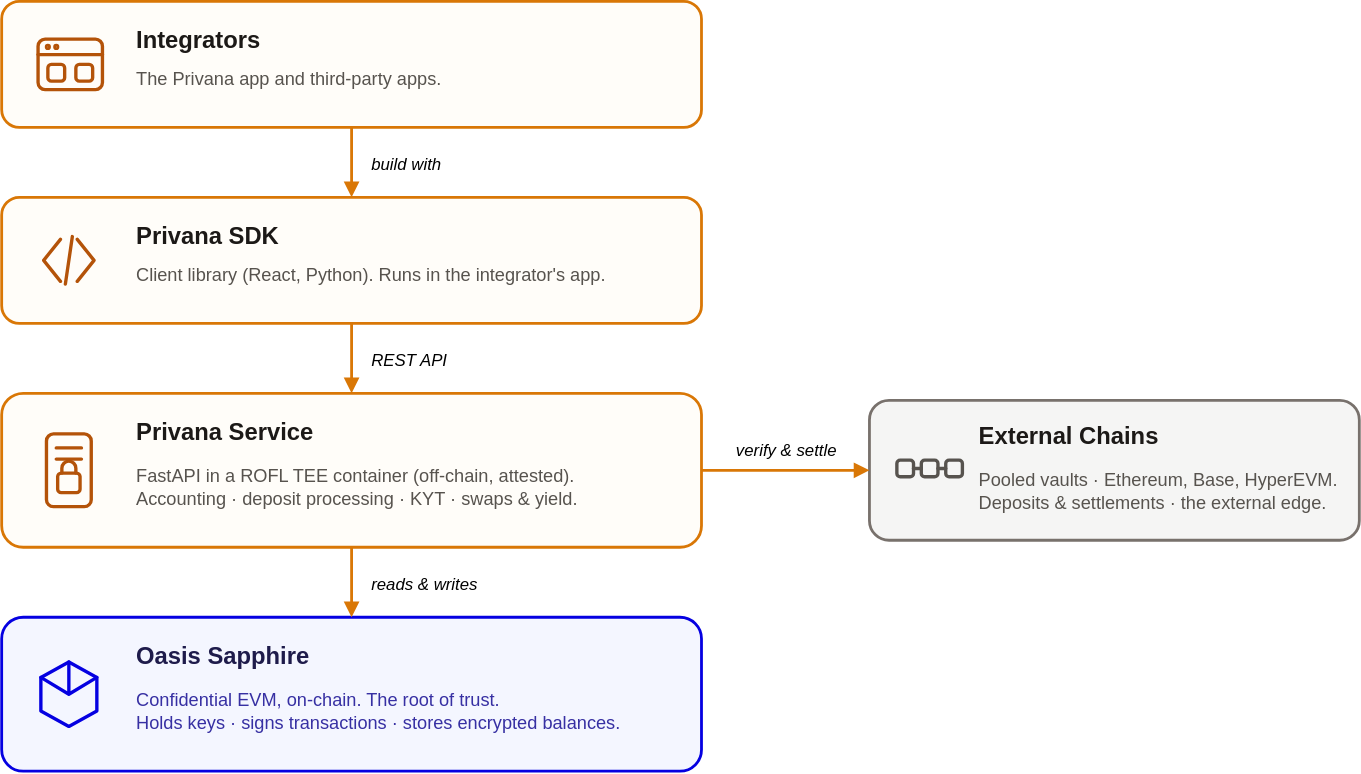
The draw.io diagram docs/static/img/architecture-deep-dive.svg in oasisprotocol/privana, before a commit. Source tidied: cells renumbered, new cells last; positions are measured from the earlier drawing's top-left corner, leaving out a move shared by most shapes.
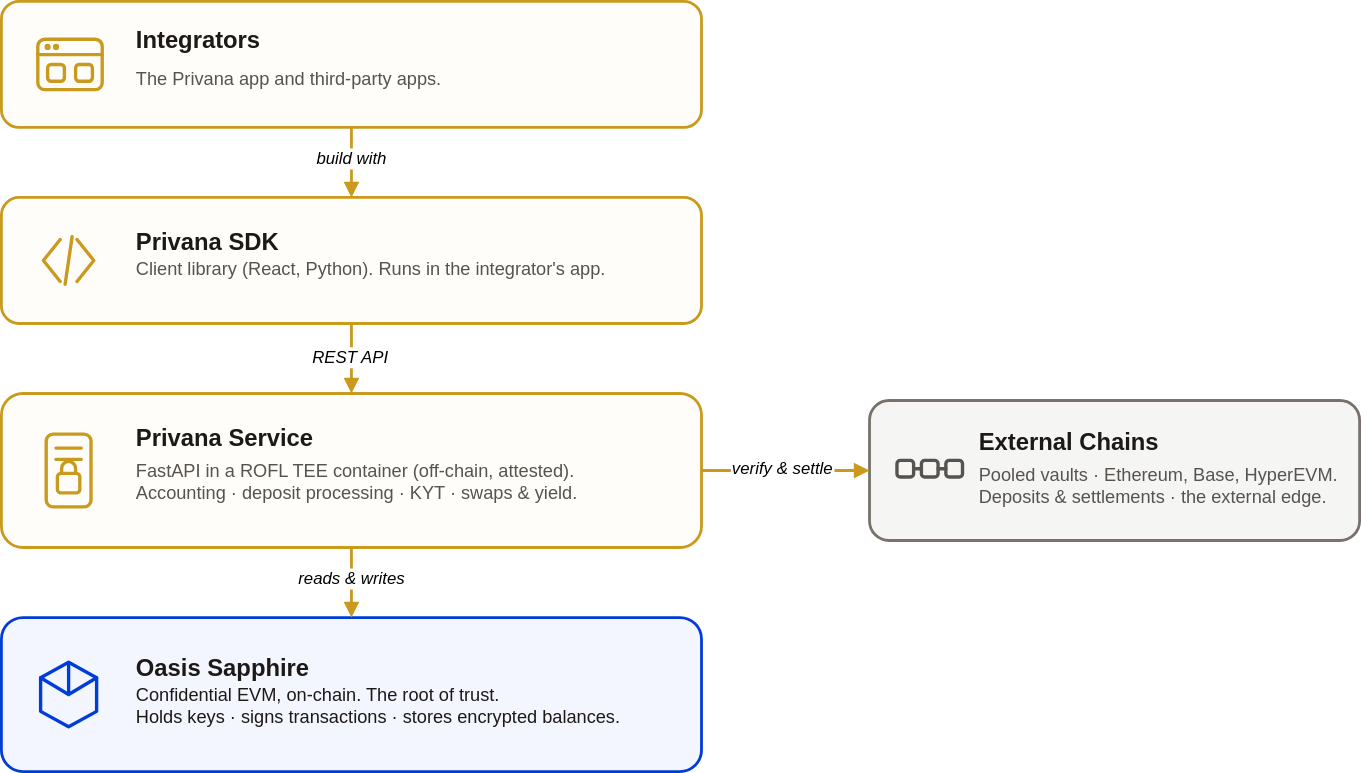
Later version of the same file.

Commit message:
update diagram colors

The edit, as a diff of the source:
```diff
@@ -2,53 +2,53 @@
   <root>
     <mxCell id="0" />
     <mxCell id="1" parent="0" />
-    <mxCell id="2" style="rounded=1;whiteSpace=wrap;html=0;fillColor=#FFFDF9;strokeColor=#D97706;strokeWidth=2;arcSize=14;" parent="1" vertex="1">
-      <mxGeometry width="500" height="90" as="geometry" />
-    </mxCell>
-    <mxCell id="3" style="shape=(stored shape, 472 characters);fillColor=none;strokeColor=#b45309;strokeWidth=2.4;" parent="1" vertex="1">
-      <mxGeometry x="24" y="25" width="50" height="40" as="geometry" />
-    </mxCell>
+    <mxCell id="30" style="rounded=1;whiteSpace=wrap;html=0;fillColor=#FFFDF9;strokeColor=light-dark(#C99A1E,#FCD34D);strokeWidth=2;arcSize=14;" parent="1" vertex="1">
+      <mxGeometry width="500" height="90" as="geometry" />
+    </mxCell>
+    <mxCell id="31" style="shape=(stored shape, 472 characters);fillColor=none;strokeColor=light-dark(#C99A1E,#FCD34D);strokeWidth=2.4;" parent="1" vertex="1">
+      <mxGeometry x="24" y="25" width="50" height="40" as="geometry" />
+    </mxCell>
     <mxCell id="4" value="Integrators" style="text;html=0;align=left;verticalAlign=middle;fontSize=17;fontStyle=1;fontColor=#1c1917;" parent="1" vertex="1">
       <mxGeometry x="94" y="14" width="396" height="24" as="geometry" />
     </mxCell>
-    <mxCell id="5" value="The Privana app and third-party apps." style="text;html=0;align=left;verticalAlign=middle;fontSize=13;fontColor=#57534e;" parent="1" vertex="1">
+    <mxCell id="5" value="The Privana app and third-party apps." style="text;html=0;align=left;verticalAlign=middle;fontSize=13;fontColor=#57534E;" parent="1" vertex="1">
       <mxGeometry x="94" y="42" width="396" height="24" as="geometry" />
     </mxCell>
-    <mxCell id="6" style="rounded=1;whiteSpace=wrap;html=0;fillColor=#FFFDF9;strokeColor=#D97706;strokeWidth=2;arcSize=14;" parent="1" vertex="1">
-      <mxGeometry y="140" width="500" height="90" as="geometry" />
-    </mxCell>
-    <mxCell id="7" style="shape=(stored shape, 232 characters);fillColor=none;strokeColor=#b45309;strokeWidth=2.4;" parent="1" vertex="1">
-      <mxGeometry x="28" y="166" width="40" height="38" as="geometry" />
-    </mxCell>
+    <mxCell id="32" style="rounded=1;whiteSpace=wrap;html=0;fillColor=#FFFDF9;strokeColor=light-dark(#C99A1E,#FCD34D);strokeWidth=2;arcSize=14;" parent="1" vertex="1">
+      <mxGeometry y="140" width="500" height="90" as="geometry" />
+    </mxCell>
+    <mxCell id="33" style="shape=(stored shape, 232 characters);fillColor=none;strokeColor=light-dark(#C99A1E,#FCD34D);strokeWidth=2.4;" parent="1" vertex="1">
+      <mxGeometry x="28" y="166" width="40" height="38" as="geometry" />
+    </mxCell>
     <mxCell id="8" value="Privana SDK" style="text;html=0;align=left;verticalAlign=middle;fontSize=17;fontStyle=1;fontColor=#1c1917;" parent="1" vertex="1">
-      <mxGeometry x="94" y="154" width="396" height="24" as="geometry" />
+      <mxGeometry x="94" y="158" width="396" height="24" as="geometry" />
     </mxCell>
     <mxCell id="9" value="Client library (React, Python). Runs in the integrator's app." style="text;html=0;align=left;verticalAlign=middle;fontSize=13;fontColor=#57534e;" parent="1" vertex="1">
-      <mxGeometry x="94" y="182" width="396" height="24" as="geometry" />
+      <mxGeometry x="94" y="178" width="396" height="24" as="geometry" />
     </mxCell>
-    <mxCell id="10" style="rounded=1;whiteSpace=wrap;html=0;fillColor=#FFFDF9;strokeColor=#D97706;strokeWidth=2;arcSize=14;" parent="1" vertex="1">
-      <mxGeometry y="280" width="500" height="110" as="geometry" />
-    </mxCell>
-    <mxCell id="11" style="shape=(stored shape, 436 characters);fillColor=none;strokeColor=#b45309;strokeWidth=2.4;" parent="1" vertex="1">
-      <mxGeometry x="30" y="307" width="36" height="56" as="geometry" />
-    </mxCell>
+    <mxCell id="34" style="rounded=1;whiteSpace=wrap;html=0;fillColor=#FFFDF9;strokeColor=light-dark(#C99A1E,#FCD34D);strokeWidth=2;arcSize=14;" parent="1" vertex="1">
+      <mxGeometry y="280" width="500" height="110" as="geometry" />
+    </mxCell>
+    <mxCell id="35" style="shape=(stored shape, 436 characters);fillColor=none;strokeColor=light-dark(#C99A1E,#FCD34D);strokeWidth=2.4;" parent="1" vertex="1">
+      <mxGeometry x="30" y="307" width="36" height="56" as="geometry" />
+    </mxCell>
     <mxCell id="12" value="Privana Service" style="text;html=0;align=left;verticalAlign=middle;fontSize=17;fontStyle=1;fontColor=#1c1917;" parent="1" vertex="1">
-      <mxGeometry x="94" y="294" width="396" height="24" as="geometry" />
+      <mxGeometry x="94" y="298" width="396" height="24" as="geometry" />
     </mxCell>
-    <mxCell id="13" value="FastAPI in a ROFL TEE container (off-chain, attested).&#10;Accounting · deposit processing · KYT · swaps &amp; yield." style="text;html=0;align=left;verticalAlign=middle;fontSize=13;fontColor=#57534e;" parent="1" vertex="1">
-      <mxGeometry x="94" y="322" width="396" height="48" as="geometry" />
+    <mxCell id="13" value="FastAPI in a ROFL TEE container (off-chain, attested).&#10;Accounting · deposit processing · KYT · swaps &amp; yield." style="text;html=0;align=left;verticalAlign=middle;fontSize=13;fontColor=#57534e;strokeColor=none;" parent="1" vertex="1">
+      <mxGeometry x="94" y="318" width="396" height="48" as="geometry" />
     </mxCell>
-    <mxCell id="14" style="rounded=1;whiteSpace=wrap;html=0;fillColor=#F4F6FF;strokeColor=#0500E1;strokeWidth=2;arcSize=14;" parent="1" vertex="1">
-      <mxGeometry y="440" width="500" height="110" as="geometry" />
-    </mxCell>
-    <mxCell id="15" style="shape=(stored shape, 240 characters);fillColor=none;strokeColor=#0500e1;strokeWidth=2.4;" parent="1" vertex="1">
-      <mxGeometry x="22" y="468" width="52" height="54" as="geometry" />
-    </mxCell>
+    <mxCell id="36" style="rounded=1;whiteSpace=wrap;html=0;fillColor=#F4F6FF;strokeColor=light-dark(#003CD8,#003CD8);strokeWidth=2;arcSize=14;" parent="1" vertex="1">
+      <mxGeometry y="440" width="500" height="110" as="geometry" />
+    </mxCell>
+    <mxCell id="37" style="shape=(stored shape, 240 characters);fillColor=none;strokeColor=light-dark(#003CD8,#003CD8);strokeWidth=2.4;" parent="1" vertex="1">
+      <mxGeometry x="22" y="468" width="52" height="54" as="geometry" />
+    </mxCell>
-    <mxCell id="16" value="Oasis Sapphire" style="text;html=0;align=left;verticalAlign=middle;fontSize=17;fontStyle=1;fontColor=#1e1b4b;" parent="1" vertex="1">
-      <mxGeometry x="94" y="454" width="396" height="24" as="geometry" />
+    <mxCell id="16" value="Oasis Sapphire" style="text;html=0;align=left;verticalAlign=middle;fontSize=17;fontStyle=1;fontColor=#1C1917;" parent="1" vertex="1">
+      <mxGeometry x="94" y="462" width="396" height="24" as="geometry" />
     </mxCell>
-    <mxCell id="17" value="Confidential EVM, on-chain. The root of trust.&#10;Holds keys · signs transactions · stores encrypted balances." style="text;html=0;align=left;verticalAlign=middle;fontSize=13;fontColor=#3730a3;" parent="1" vertex="1">
-      <mxGeometry x="94" y="482" width="396" height="48" as="geometry" />
+    <mxCell id="17" value="Confidential EVM, on-chain. The root of trust.&#10;Holds keys · signs transactions · stores encrypted balances." style="text;html=0;align=left;verticalAlign=middle;fontSize=13;fontColor=#1C1917;" parent="1" vertex="1">
+      <mxGeometry x="94" y="478" width="396" height="48" as="geometry" />
     </mxCell>
     <mxCell id="18" style="rounded=1;whiteSpace=wrap;html=0;fillColor=#F5F5F4;strokeColor=#78716C;strokeWidth=2;arcSize=14;" parent="1" vertex="1">
       <mxGeometry x="620" y="285" width="350" height="100" as="geometry" />
@@ -57,41 +57,41 @@
       <mxGeometry x="638" y="326" width="50" height="17" as="geometry" />
     </mxCell>
     <mxCell id="20" value="External Chains" style="text;html=0;align=left;verticalAlign=middle;fontSize=17;fontStyle=1;fontColor=#1c1917;" parent="1" vertex="1">
-      <mxGeometry x="696" y="297" width="266" height="24" as="geometry" />
+      <mxGeometry x="696" y="301" width="266" height="24" as="geometry" />
     </mxCell>
     <mxCell id="21" value="Pooled vaults · Ethereum, Base, HyperEVM.&#10;Deposits &amp; settlements · the external edge." style="text;html=0;align=left;verticalAlign=middle;fontSize=13;fontColor=#57534e;" parent="1" vertex="1">
-      <mxGeometry x="696" y="325" width="266" height="48" as="geometry" />
+      <mxGeometry x="696" y="321" width="266" height="48" as="geometry" />
     </mxCell>
-    <mxCell id="22" style="edgeStyle=orthogonalEdgeStyle;rounded=0;html=0;strokeColor=#D97706;strokeWidth=2;endArrow=block;endFill=1;exitX=0.5;exitY=1;exitDx=0;exitDy=0;entryX=0.5;entryY=0;entryDx=0;entryDy=0;" parent="1" edge="1" source="2" target="6">
-      <mxGeometry relative="1" as="geometry" />
-    </mxCell>
+    <mxCell id="38" style="edgeStyle=orthogonalEdgeStyle;rounded=0;html=0;strokeColor=light-dark(#C99A1E,#FCD34D);strokeWidth=2;endArrow=block;endFill=1;exitX=0.5;exitY=1;exitDx=0;exitDy=0;entryX=0.5;entryY=0;entryDx=0;entryDy=0;" parent="1" edge="1" source="30" target="32">
+      <mxGeometry relative="1" as="geometry" />
+    </mxCell>
-    <mxCell id="23" value="build with" style="edgeLabel;html=0;align=left;verticalAlign=middle;fontSize=12;fontStyle=2;" parent="22" vertex="1">
+    <mxCell id="23" value="build with" style="edgeLabel;html=0;align=left;verticalAlign=middle;fontSize=12;fontStyle=2;" parent="38" vertex="1">
       <mxGeometry relative="1" as="geometry">
-        <mxPoint x="12" as="offset" />
+        <mxPoint x="-27" y="-5" as="offset" />
       </mxGeometry>
     </mxCell>
-    <mxCell id="24" style="edgeStyle=orthogonalEdgeStyle;rounded=0;html=0;strokeColor=#D97706;strokeWidth=2;endArrow=block;endFill=1;exitX=0.5;exitY=1;exitDx=0;exitDy=0;entryX=0.5;entryY=0;entryDx=0;entryDy=0;" parent="1" edge="1" source="6" target="10">
-      <mxGeometry relative="1" as="geometry" />
-    </mxCell>
+    <mxCell id="39" style="edgeStyle=orthogonalEdgeStyle;rounded=0;html=0;strokeColor=light-dark(#C99A1E,#FCD34D);strokeWidth=2;endArrow=block;endFill=1;exitX=0.5;exitY=1;exitDx=0;exitDy=0;entryX=0.5;entryY=0;entryDx=0;entryDy=0;" parent="1" edge="1" source="32" target="34">
+      <mxGeometry relative="1" as="geometry" />
+    </mxCell>
-    <mxCell id="25" value="REST API" style="edgeLabel;html=0;align=left;verticalAlign=middle;fontSize=12;fontStyle=2;" parent="24" vertex="1">
+    <mxCell id="25" value="REST API" style="edgeLabel;html=0;align=left;verticalAlign=middle;fontSize=12;fontStyle=2;" parent="39" vertex="1">
       <mxGeometry relative="1" as="geometry">
-        <mxPoint x="12" as="offset" />
+        <mxPoint x="-30" y="-3" as="offset" />
       </mxGeometry>
     </mxCell>
-    <mxCell id="26" style="edgeStyle=orthogonalEdgeStyle;rounded=0;html=0;strokeColor=#D97706;strokeWidth=2;endArrow=block;endFill=1;exitX=0.5;exitY=1;exitDx=0;exitDy=0;entryX=0.5;entryY=0;entryDx=0;entryDy=0;" parent="1" edge="1" source="10" target="14">
-      <mxGeometry relative="1" as="geometry" />
-    </mxCell>
+    <mxCell id="40" style="edgeStyle=orthogonalEdgeStyle;rounded=0;html=0;strokeColor=light-dark(#C99A1E,#FCD34D);strokeWidth=2;endArrow=block;endFill=1;exitX=0.5;exitY=1;exitDx=0;exitDy=0;entryX=0.5;entryY=0;entryDx=0;entryDy=0;" parent="1" edge="1" source="34" target="36">
+      <mxGeometry relative="1" as="geometry" />
+    </mxCell>
-    <mxCell id="27" value="reads &amp; writes" style="edgeLabel;html=0;align=left;verticalAlign=middle;fontSize=12;fontStyle=2;" parent="26" vertex="1">
+    <mxCell id="27" value="reads &amp; writes" style="edgeLabel;html=0;align=left;verticalAlign=middle;fontSize=12;fontStyle=2;" parent="40" vertex="1">
       <mxGeometry relative="1" as="geometry">
-        <mxPoint x="12" as="offset" />
+        <mxPoint x="-40" y="-5" as="offset" />
       </mxGeometry>
     </mxCell>
-    <mxCell id="28" style="edgeStyle=orthogonalEdgeStyle;rounded=0;html=0;strokeColor=#D97706;strokeWidth=2;endArrow=block;endFill=1;exitX=1;exitY=0.5;exitDx=0;exitDy=0;entryX=0;entryY=0.5;entryDx=0;entryDy=0;" parent="1" edge="1" source="10" target="18">
-      <mxGeometry relative="1" as="geometry" />
-    </mxCell>
+    <mxCell id="41" style="edgeStyle=orthogonalEdgeStyle;rounded=0;html=0;strokeColor=light-dark(#C99A1E,#FCD34D);strokeWidth=2;endArrow=block;endFill=1;exitX=1;exitY=0.5;exitDx=0;exitDy=0;entryX=0;entryY=0.5;entryDx=0;entryDy=0;" parent="1" edge="1" source="34" target="18">
+      <mxGeometry relative="1" as="geometry" />
+    </mxCell>
-    <mxCell id="29" value="verify &amp; settle" style="edgeLabel;html=0;align=center;verticalAlign=bottom;fontSize=12;fontStyle=2;" parent="28" vertex="1">
+    <mxCell id="29" value="verify &amp; settle" style="edgeLabel;html=0;align=center;verticalAlign=bottom;fontSize=12;fontStyle=2;" parent="41" vertex="1">
       <mxGeometry relative="1" as="geometry">
-        <mxPoint y="-6" as="offset" />
+        <mxPoint x="-3" y="6" as="offset" />
       </mxGeometry>
     </mxCell>
   </root>
```
